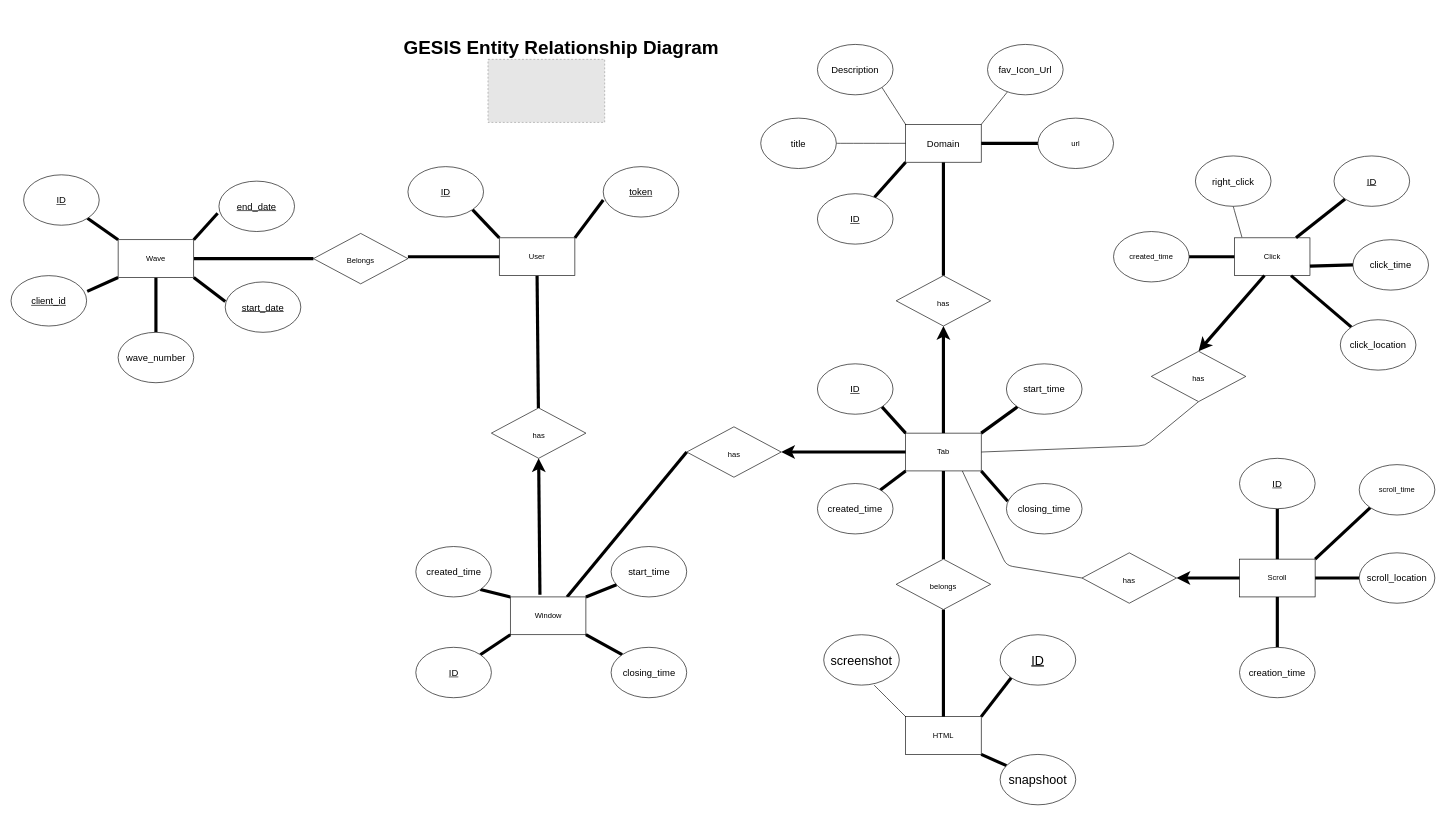
Above: entity_relationship_diagram.drawio in gesiscss/gesis_surf_backend (draw.io), before the change. Source tidied: cells renumbered, new cells numbered last; positions are measured from the earlier drawing's top-left corner, leaving out a move shared by most shapes. Both pictures are drawn from the tidied source at 63%, with x=0, y=0 at pixel (11, 11). Pictures stored in the file or linked from it are replaced by grey dashed boxes.
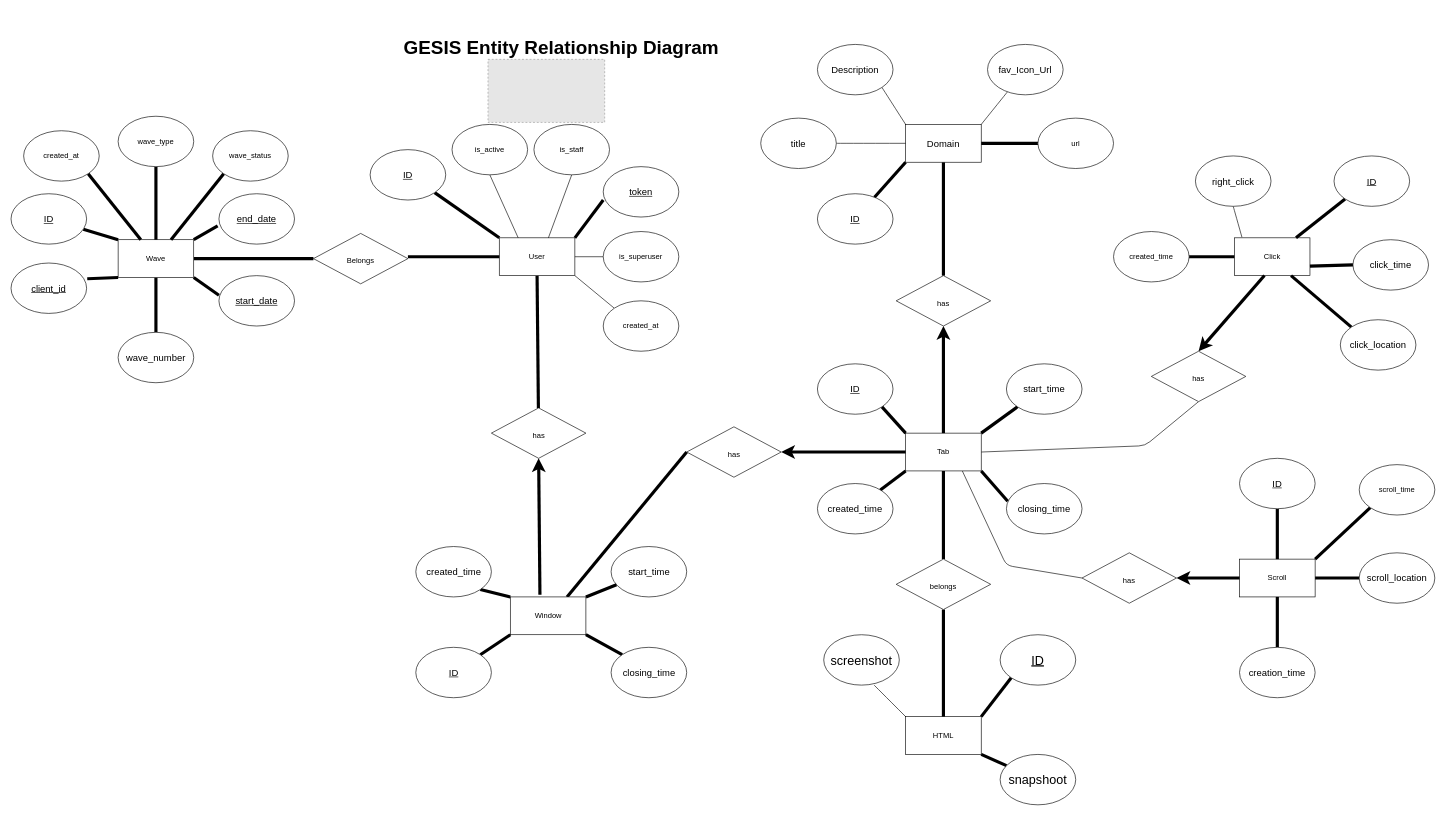
The same diagram, later.

Commit message (it also covers changes not shown here):
refactor: minor refactor for model Participant and Wave

The change refers to these unchanged cells:
```xml
<mxCell id="4" value="User" style="rounded=0;whiteSpace=wrap;html=1;" parent="1" vertex="1">
  <mxGeometry x="775" y="360" width="120" height="60" as="geometry" />
</mxCell>
<mxCell id="11" value="Wave" style="rounded=0;whiteSpace=wrap;html=1;" parent="1" vertex="1">
  <mxGeometry x="170" y="363" width="120" height="60" as="geometry" />
</mxCell>
```

Diff of the diagram source:
```diff
@@
     <mxCell id="29" value="&lt;u&gt;ID&lt;/u&gt;" style="ellipse;whiteSpace=wrap;html=1;fontSize=15;" parent="1" vertex="1">
-      <mxGeometry x="630" y="247" width="120" height="80" as="geometry" />
+      <mxGeometry x="570" y="220" width="120" height="80" as="geometry" />
     </mxCell>
     <mxCell id="30" value="&lt;u&gt;ID&lt;/u&gt;" style="ellipse;whiteSpace=wrap;html=1;fontSize=15;" parent="1" vertex="1">
-      <mxGeometry x="20" y="260" width="120" height="80" as="geometry" />
+      <mxGeometry y="290" width="120" height="80" as="geometry" />
     </mxCell>
     <mxCell id="31" value="&lt;u&gt;client_id&lt;/u&gt;" style="ellipse;whiteSpace=wrap;html=1;fontSize=15;" parent="1" vertex="1">
-      <mxGeometry y="420" width="120" height="80" as="geometry" />
+      <mxGeometry y="400" width="120" height="80" as="geometry" />
     </mxCell>
@@
     <mxCell id="33" value="&lt;u&gt;start_date&lt;/u&gt;" style="ellipse;whiteSpace=wrap;html=1;fontSize=15;" parent="1" vertex="1">
-      <mxGeometry x="340" y="430" width="120" height="80" as="geometry" />
+      <mxGeometry x="330" y="420" width="120" height="80" as="geometry" />
     </mxCell>
     <mxCell id="34" value="&lt;u&gt;end_date&lt;/u&gt;" style="ellipse;whiteSpace=wrap;html=1;fontSize=15;" parent="1" vertex="1">
-      <mxGeometry x="330" y="270" width="120" height="80" as="geometry" />
+      <mxGeometry x="330" y="290" width="120" height="80" as="geometry" />
     </mxCell>
@@
+    <mxCell id="98" style="edgeStyle=none;html=1;exitX=0.5;exitY=1;exitDx=0;exitDy=0;entryX=0.25;entryY=0;entryDx=0;entryDy=0;endArrow=none;endFill=0;" parent="1" edge="1" source="99" target="4">
+      <mxGeometry relative="1" as="geometry" />
+    </mxCell>
+    <mxCell id="99" value="is_active" style="ellipse;whiteSpace=wrap;html=1;" parent="1" vertex="1">
+      <mxGeometry x="700" y="180" width="120" height="80" as="geometry" />
+    </mxCell>
+    <mxCell id="100" style="edgeStyle=none;html=1;exitX=0.5;exitY=1;exitDx=0;exitDy=0;entryX=0.65;entryY=0;entryDx=0;entryDy=0;entryPerimeter=0;endArrow=none;endFill=0;" parent="1" edge="1" source="101" target="4">
+      <mxGeometry relative="1" as="geometry" />
+    </mxCell>
+    <mxCell id="101" value="is_staff" style="ellipse;whiteSpace=wrap;html=1;" parent="1" vertex="1">
+      <mxGeometry x="830" y="180" width="120" height="80" as="geometry" />
+    </mxCell>
+    <mxCell id="102" style="edgeStyle=none;html=1;exitX=0;exitY=0.5;exitDx=0;exitDy=0;entryX=1;entryY=0.5;entryDx=0;entryDy=0;endArrow=none;endFill=0;" parent="1" edge="1" source="103" target="4">
+      <mxGeometry relative="1" as="geometry" />
+    </mxCell>
+    <mxCell id="103" value="is_superuser" style="ellipse;whiteSpace=wrap;html=1;" parent="1" vertex="1">
+      <mxGeometry x="940" y="350" width="120" height="80" as="geometry" />
+    </mxCell>
+    <mxCell id="104" style="edgeStyle=none;html=1;exitX=0;exitY=0;exitDx=0;exitDy=0;entryX=1;entryY=1;entryDx=0;entryDy=0;endArrow=none;endFill=0;" parent="1" edge="1" source="105" target="4">
+      <mxGeometry relative="1" as="geometry" />
+    </mxCell>
+    <mxCell id="105" value="created_at" style="ellipse;whiteSpace=wrap;html=1;" parent="1" vertex="1">
+      <mxGeometry x="940" y="460" width="120" height="80" as="geometry" />
+    </mxCell>
+    <mxCell id="106" style="edgeStyle=none;html=1;exitX=0.5;exitY=1;exitDx=0;exitDy=0;entryX=0.5;entryY=0;entryDx=0;entryDy=0;endArrow=none;endFill=0;strokeWidth=5;" parent="1" edge="1" source="107" target="11">
+      <mxGeometry relative="1" as="geometry" />
+    </mxCell>
+    <mxCell id="107" value="wave_type" style="ellipse;whiteSpace=wrap;html=1;" parent="1" vertex="1">
+      <mxGeometry x="170" y="167" width="120" height="80" as="geometry" />
+    </mxCell>
+    <mxCell id="108" style="edgeStyle=none;html=1;exitX=0;exitY=1;exitDx=0;exitDy=0;endArrow=none;endFill=0;strokeWidth=5;" parent="1" edge="1" source="109" target="11">
+      <mxGeometry relative="1" as="geometry" />
+    </mxCell>
+    <mxCell id="109" value="wave_status" style="ellipse;whiteSpace=wrap;html=1;" parent="1" vertex="1">
+      <mxGeometry x="320" y="190" width="120" height="80" as="geometry" />
+    </mxCell>
+    <mxCell id="110" style="edgeStyle=none;html=1;exitX=1;exitY=1;exitDx=0;exitDy=0;endArrow=none;endFill=0;strokeWidth=5;" parent="1" edge="1" source="111" target="11">
+      <mxGeometry relative="1" as="geometry" />
+    </mxCell>
+    <mxCell id="111" value="created_at" style="ellipse;whiteSpace=wrap;html=1;" parent="1" vertex="1">
+      <mxGeometry x="20" y="190" width="120" height="80" as="geometry" />
+    </mxCell>
```
